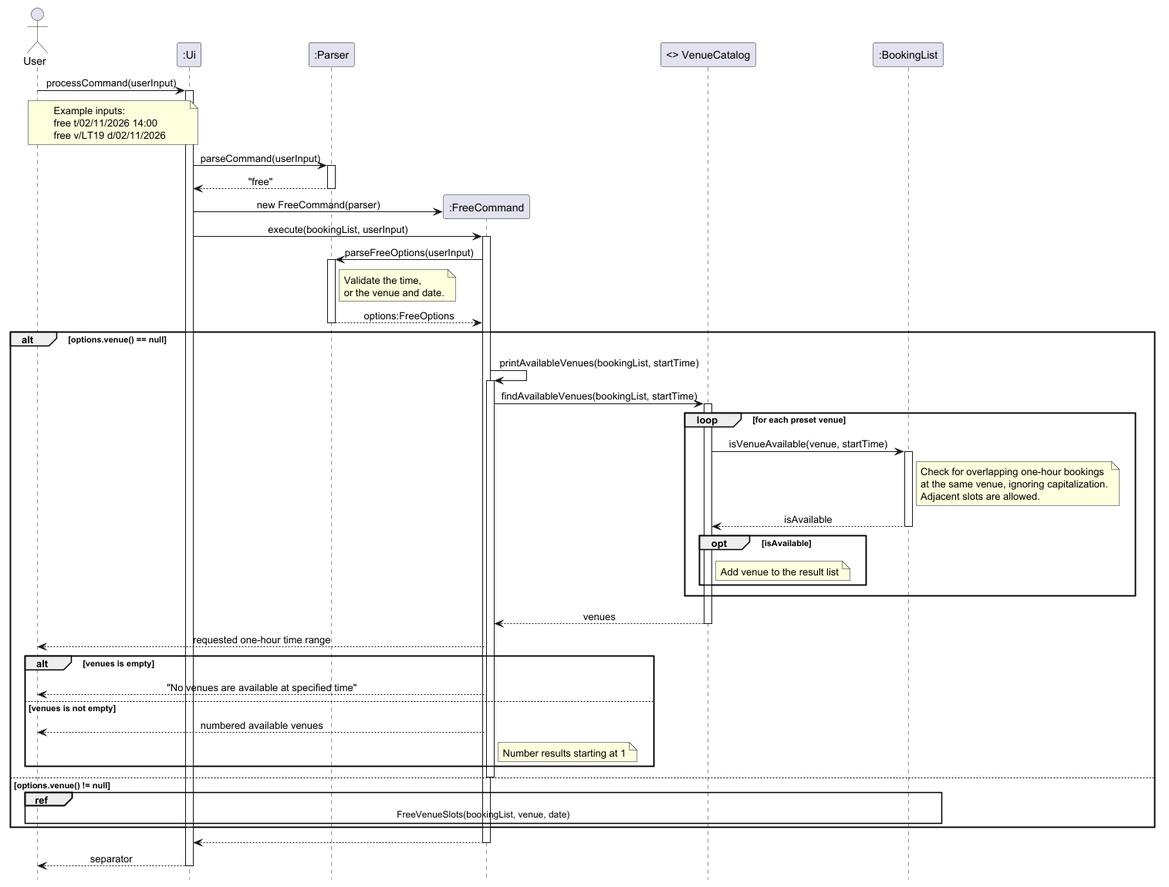
This is docs/UMLDiagrams/FreeCommandSequenceDiagram.png from AY2627S1-CS2113-W14-2/tp, a PlantUML export, as it was before one commit.
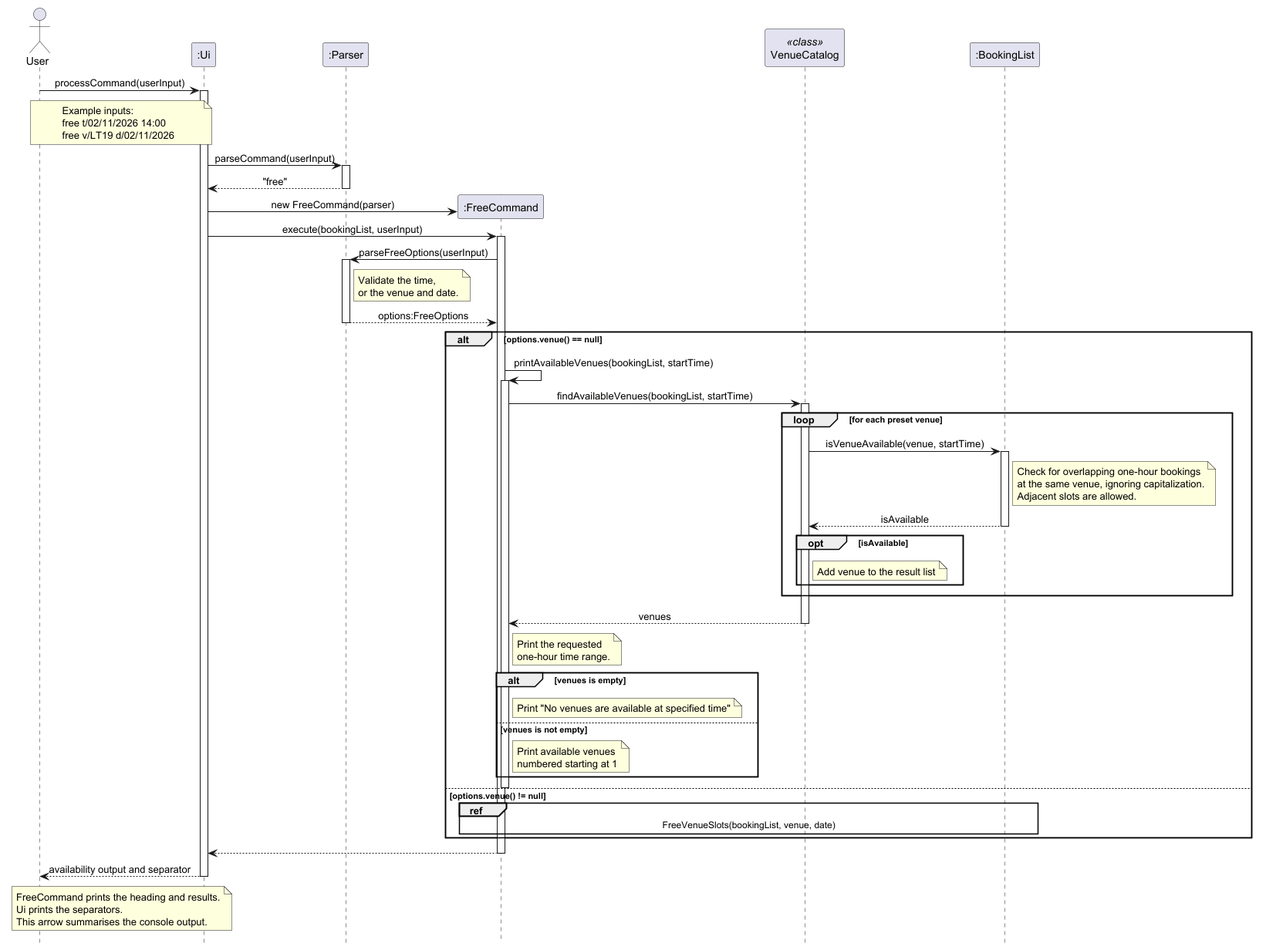
Later version of the same file.

Commit message:
Updated DG diagrams for free and list commands, updated PPP

Change to the diagram source:
```diff
@@ -23,7 +23,7 @@
 create participant ":FreeCommand" as Free
 UI -> Free: new FreeCommand(parser)
 
-participant "<> VenueCatalog" as Catalog
+participant "VenueCatalog" as Catalog <<class>>
 participant ":BookingList" as Bookings
 
 UI -> Free: execute(bookingList, userInput)
@@ -68,19 +68,26 @@
     Catalog --> Free: venues
     deactivate Catalog
 
-    Free --> User: requested one-hour time range
+    note right of Free
+       Print the requested
+       one-hour time range.
+    end note
 
     alt venues is empty
-        Free --> User: "No venues are available at specified time"
+        note right of Free
+        Print "No venues are available at specified time"
+        end note
     else venues is not empty
-        Free --> User: numbered available venues
-        note right of Free: Number results starting at 1
+        note right of Free
+        Print available venues
+        numbered starting at 1
+        end note
     end
 
     deactivate Free
 
 else options.venue() != null
-    ref over User, Bookings
+    ref over Free, Bookings
         FreeVenueSlots(bookingList, venue, date)
     end ref
 end
@@ -88,7 +95,14 @@
 Free --> UI
 deactivate Free
 
-UI --> User: separator
+UI --> User: availability output and separator
+
+note over User, UI
+FreeCommand prints the heading and results.
+Ui prints the separators.
+This arrow summarises the console output.
+end note
+
+
 deactivate UI
-
 @enduml
```
